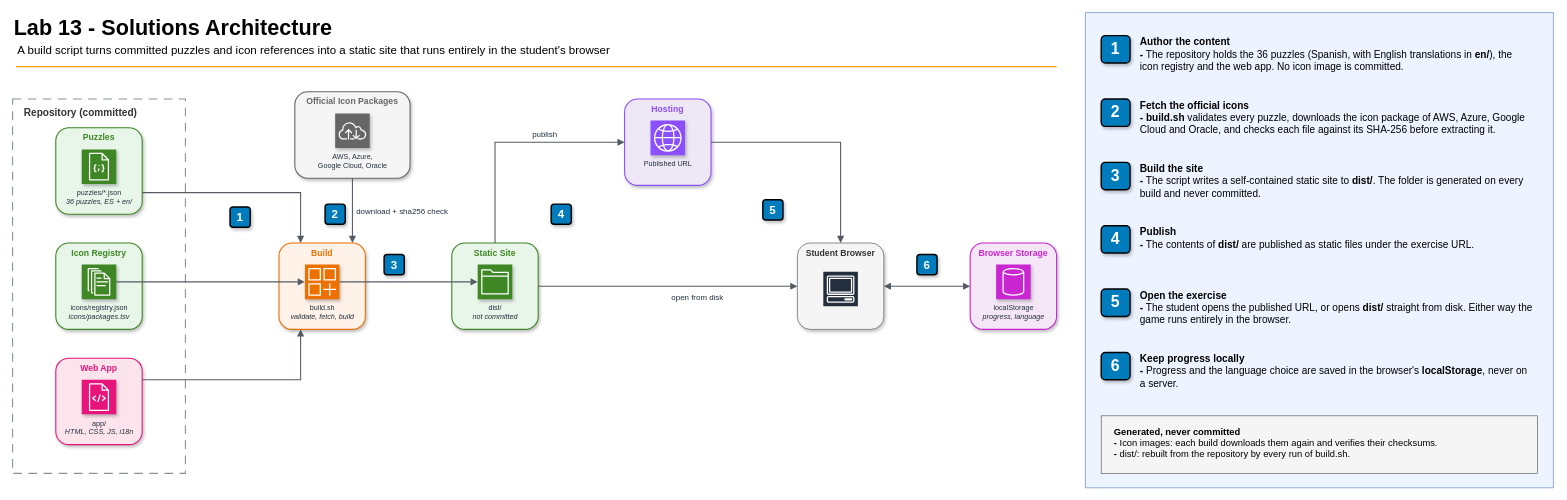
The draw.io diagram 13-solutions-architecture/diagrams/lab13-architecture.drawio in gamaware/system-design-course, before the edit. Source tidied: cells renumbered, new cells numbered last; positions are measured from the earlier drawing's top-left corner, leaving out a move shared by most shapes. Both pictures are drawn from the tidied source at 72%, with x=0, y=0 at pixel (12, 12).
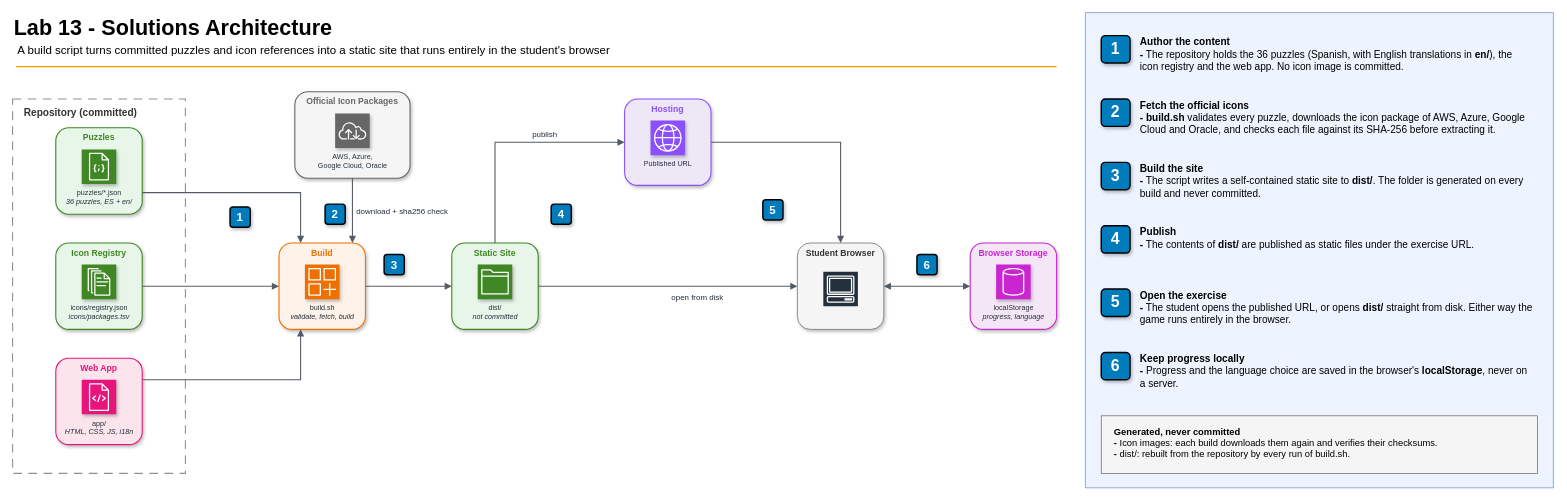
After the change.

The change refers to these unchanged cells:
```xml
<mxCell id="9" value="Icon Registry" style="rounded=1;html=1;whiteSpace=wrap;fillColor=#E8F5E9;strokeColor=#3F8624;verticalAlign=top;align=center;fontStyle=1;fontSize=12;fontColor=#3F8624;shadow=1;strokeWidth=1.5;fontFamily=Helvetica;" parent="1" vertex="1">
  <mxGeometry x="60" y="320" width="120" height="120" as="geometry" />
</mxCell>
<mxCell id="10" value="icons/registry.json&lt;div&gt;&lt;i&gt;icons/packages.tsv&lt;/i&gt;&lt;/div&gt;" style="sketch=0;points=[[0,0,0],[0.25,0,0],[0.5,0,0],[0.75,0,0],[1,0,0],[0,1,0],[0.25,1,0],[0.5,1,0],[0.75,1,0],[1,1,0],[0,0.25,0],[0,0.5,0],[0,0.75,0],[1,0.25,0],[1,0.5,0],[1,0.75,0]];outlineConnect=0;fontColor=#232F3E;fillColor=#3F8624;strokeColor=#ffffff;dashed=0;verticalLabelPosition=bottom;verticalAlign=top;align=center;html=1;fontSize=10;fontStyle=0;shape=mxgraph.aws4.resourceIcon;resIcon=mxgraph.aws4.documents;shadow=1;fontFamily=Helvetica;" parent="9" vertex="1">
  <mxGeometry x="36" y="30" width="48" height="48" as="geometry" />
</mxCell>
<mxCell id="15" value="Build" style="rounded=1;html=1;whiteSpace=wrap;fillColor=#FFF2E8;strokeColor=#ED7100;verticalAlign=top;align=center;fontStyle=1;fontSize=12;fontColor=#ED7100;shadow=1;strokeWidth=1.5;fontFamily=Helvetica;" parent="1" vertex="1">
  <mxGeometry x="370" y="320" width="120" height="120" as="geometry" />
</mxCell>
<mxCell id="16" value="build.sh&lt;div&gt;&lt;i&gt;validate, fetch, build&lt;/i&gt;&lt;/div&gt;" style="sketch=0;points=[[0,0,0],[0.25,0,0],[0.5,0,0],[0.75,0,0],[1,0,0],[0,1,0],[0.25,1,0],[0.5,1,0],[0.75,1,0],[1,1,0],[0,0.25,0],[0,0.5,0],[0,0.75,0],[1,0.25,0],[1,0.5,0],[1,0.75,0]];outlineConnect=0;fontColor=#232F3E;fillColor=#ED7100;strokeColor=#ffffff;dashed=0;verticalLabelPosition=bottom;verticalAlign=top;align=center;html=1;fontSize=10;fontStyle=0;shape=mxgraph.aws4.resourceIcon;resIcon=mxgraph.aws4.generic_application;shadow=1;fontFamily=Helvetica;" parent="15" vertex="1">
  <mxGeometry x="36" y="30" width="48" height="48" as="geometry" />
</mxCell>
<mxCell id="17" value="Static Site" style="rounded=1;html=1;whiteSpace=wrap;fillColor=#E8F5E9;strokeColor=#3F8624;verticalAlign=top;align=center;fontStyle=1;fontSize=12;fontColor=#3F8624;shadow=1;strokeWidth=1.5;fontFamily=Helvetica;" parent="1" vertex="1">
  <mxGeometry x="610" y="320" width="120" height="120" as="geometry" />
</mxCell>
<mxCell id="18" value="dist/&lt;div&gt;&lt;i&gt;not committed&lt;/i&gt;&lt;/div&gt;" style="sketch=0;points=[[0,0,0],[0.25,0,0],[0.5,0,0],[0.75,0,0],[1,0,0],[0,1,0],[0.25,1,0],[0.5,1,0],[0.75,1,0],[1,1,0],[0,0.25,0],[0,0.5,0],[0,0.75,0],[1,0.25,0],[1,0.5,0],[1,0.75,0]];outlineConnect=0;fontColor=#232F3E;fillColor=#3F8624;strokeColor=#ffffff;dashed=0;verticalLabelPosition=bottom;verticalAlign=top;align=center;html=1;fontSize=10;fontStyle=0;shape=mxgraph.aws4.resourceIcon;resIcon=mxgraph.aws4.folder;shadow=1;fontFamily=Helvetica;" parent="17" vertex="1">
  <mxGeometry x="36" y="30" width="48" height="48" as="geometry" />
</mxCell>
```

The edit, as a diff of the source:
```diff
@@
-    <mxCell id="26" style="edgeStyle=orthogonalEdgeStyle;html=1;rounded=0;jettySize=auto;endArrow=block;endFill=1;strokeColor=#545B64;strokeWidth=1.5;fontFamily=Helvetica;exitX=1;exitY=0.5;exitDx=0;exitDy=0;entryX=0;entryY=0.5;entryDx=0;entryDy=0;startArrow=none;" parent="1" edge="1" source="10" target="16">
+    <mxCell id="26" style="edgeStyle=orthogonalEdgeStyle;html=1;rounded=0;jettySize=auto;endArrow=block;endFill=1;strokeColor=#545B64;strokeWidth=1.5;fontFamily=Helvetica;exitX=1;exitY=0.5;exitDx=0;exitDy=0;entryX=0;entryY=0.5;entryDx=0;entryDy=0;startArrow=none;" parent="1" edge="1" source="9" target="15">
       <mxGeometry relative="1" as="geometry" />
     </mxCell>
@@
-    <mxCell id="30" style="edgeStyle=orthogonalEdgeStyle;html=1;rounded=0;jettySize=auto;endArrow=block;endFill=1;strokeColor=#545B64;strokeWidth=1.5;fontFamily=Helvetica;exitX=1;exitY=0.5;exitDx=0;exitDy=0;entryX=0;entryY=0.5;entryDx=0;entryDy=0;startArrow=none;" parent="1" edge="1" source="16" target="18">
+    <mxCell id="30" style="edgeStyle=orthogonalEdgeStyle;html=1;rounded=0;jettySize=auto;endArrow=block;endFill=1;strokeColor=#545B64;strokeWidth=1.5;fontFamily=Helvetica;exitX=1;exitY=0.5;exitDx=0;exitDy=0;entryX=0;entryY=0.5;entryDx=0;entryDy=0;startArrow=none;" parent="1" edge="1" source="15" target="17">
       <mxGeometry relative="1" as="geometry" />
     </mxCell>
```
